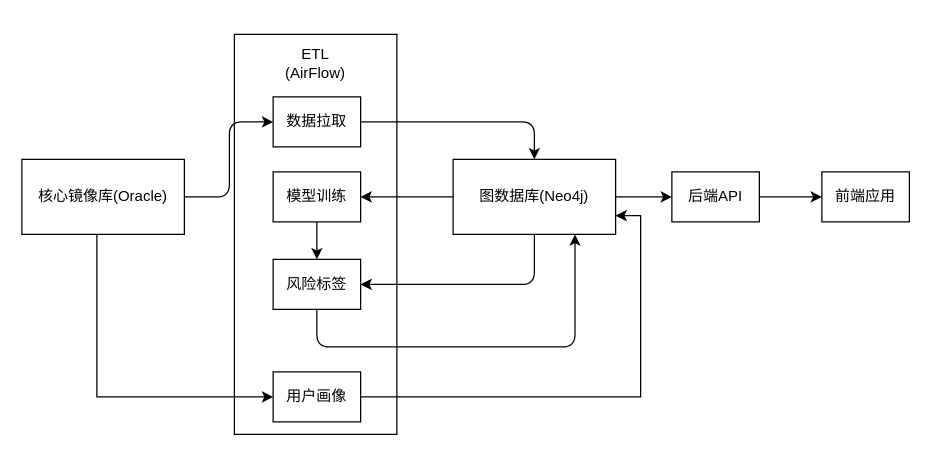
Before: page "数据流向图" (5 of 7) of 太平/taiping-arch.drawio in XiaoLiuAI/diagrams, a draw.io diagram. Source tidied: cells renumbered, new cells numbered last; positions are measured from the earlier drawing's top-left corner, leaving out a move shared by most shapes. Both pictures are drawn from the tidied source at 125%, with x=0, y=0 at pixel (21, 34).
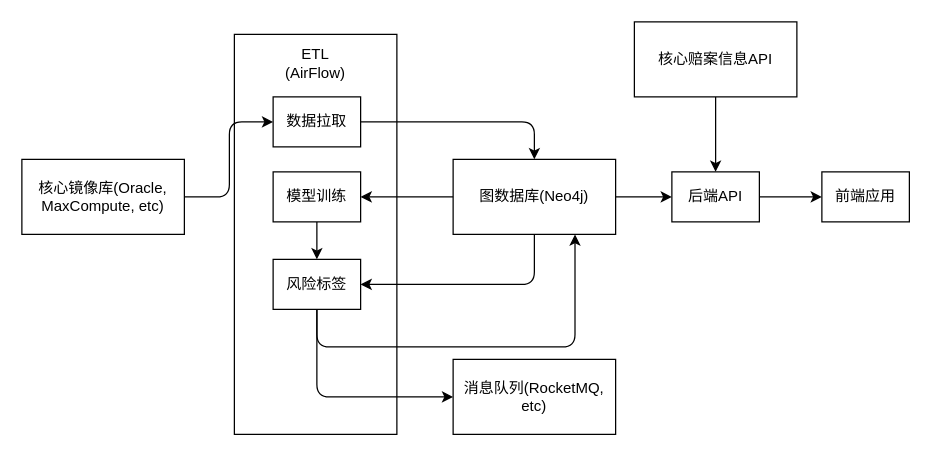
Above is the later version.

The change refers to these unchanged cells:
```xml
<mxCell id="6" value="风险标签" style="rounded=0;whiteSpace=wrap;html=1;" parent="1" vertex="1">
  <mxGeometry x="201" y="180" width="70" height="40" as="geometry" />
</mxCell>
<mxCell id="8" value="图数据库(Neo4j)" style="rounded=0;whiteSpace=wrap;html=1;" parent="1" vertex="1">
  <mxGeometry x="345" y="100" width="130" height="60" as="geometry" />
</mxCell>
```

Change to the diagram source:
```diff
@@
-    <mxCell id="2" value="核心镜像库(Oracle)" style="rounded=0;whiteSpace=wrap;html=1;" parent="1" vertex="1">
+    <mxCell id="2" value="核心镜像库(Oracle, MaxCompute, etc)" style="rounded=0;whiteSpace=wrap;html=1;" parent="1" vertex="1">
       <mxGeometry y="100" width="130" height="60" as="geometry" />
     </mxCell>
@@
-    <mxCell id="18" style="edgeStyle=orthogonalEdgeStyle;rounded=0;jettySize=auto;html=1;entryX=1;entryY=0.75;entryDx=0;entryDy=0;" parent="1" edge="1" source="19" target="8">
-      <mxGeometry relative="1" as="geometry" />
-    </mxCell>
-    <mxCell id="19" value="用户画像" style="rounded=0;whiteSpace=wrap;html=1;" parent="1" vertex="1">
-      <mxGeometry x="201" y="270" width="70" height="40" as="geometry" />
-    </mxCell>
-    <mxCell id="20" style="edgeStyle=orthogonalEdgeStyle;rounded=0;jettySize=auto;html=1;" parent="1" edge="1" source="2" target="19">
-      <mxGeometry relative="1" as="geometry">
-        <Array as="points">
-          <mxPoint x="60" y="290" />
-        </Array>
-      </mxGeometry>
-    </mxCell>
+    <mxCell id="21" value="消息队列(RocketMQ, etc)" style="rounded=0;whiteSpace=wrap;html=1;" parent="1" vertex="1">
+      <mxGeometry x="345" y="260" width="130" height="60" as="geometry" />
+    </mxCell>
+    <mxCell id="22" style="edgeStyle=segmentEdgeStyle;endArrow=classic;html=1;entryX=0;entryY=0.5;entryDx=0;entryDy=0;exitX=0.5;exitY=1;exitDx=0;exitDy=0;" parent="1" edge="1" source="6" target="21">
+      <mxGeometry relative="1" as="geometry">
+        <Array as="points">
+          <mxPoint x="236" y="290" />
+        </Array>
+      </mxGeometry>
+    </mxCell>
+    <mxCell id="23" value="核心赔案信息API" style="rounded=0;whiteSpace=wrap;html=1;" parent="1" vertex="1">
+      <mxGeometry x="490" y="-10" width="130" height="60" as="geometry" />
+    </mxCell>
+    <mxCell id="24" style="endArrow=classic;html=1;rounded=0;entryX=0.5;entryY=0;entryDx=0;entryDy=0;exitX=0.5;exitY=1;exitDx=0;exitDy=0;" parent="1" edge="1" source="23">
+      <mxGeometry relative="1" as="geometry">
+        <mxPoint x="555" y="110" as="targetPoint" />
+      </mxGeometry>
+    </mxCell>
```
